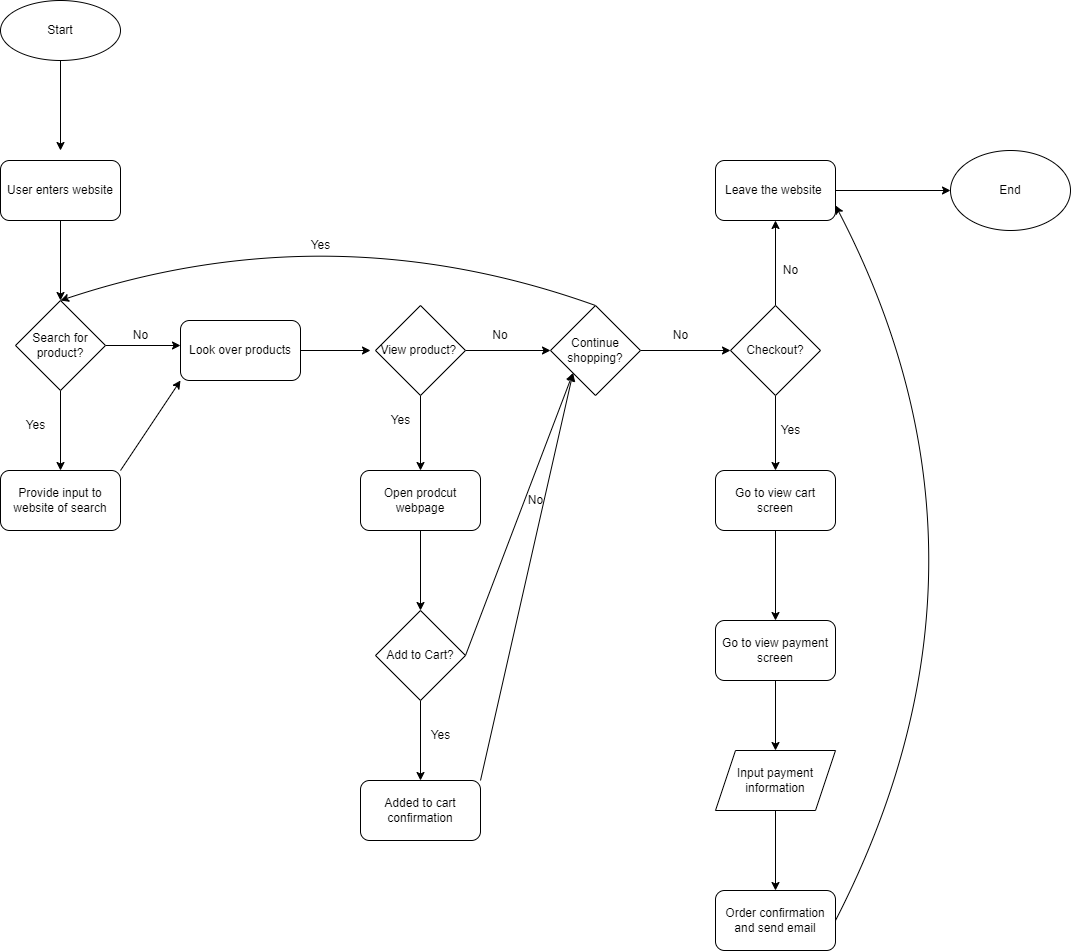
Earlier version of the draw.io export explore/diagramming/diagram.drawio.png (beliang/sp23-cse110-lab4). Source tidied: cells renumbered, new cells last; positions are measured from the earlier drawing's top-left corner, leaving out a move shared by most shapes.
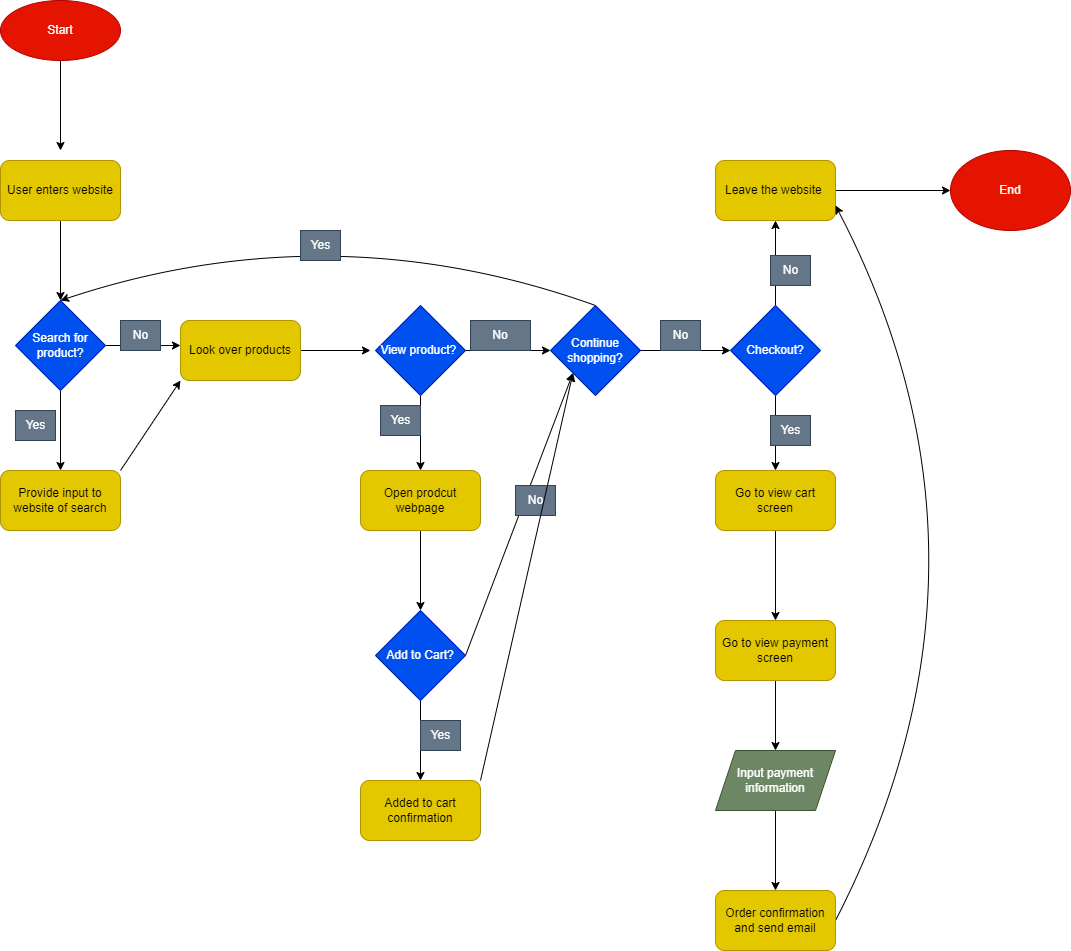
Above is the later version.

What changed in the source:
```diff
@@ -7,7 +7,7 @@
         <mxPoint x="60" y="150" as="targetPoint" />
       </mxGeometry>
     </mxCell>
-    <mxCell id="3" value="Start" style="ellipse;whiteSpace=wrap;html=1;" parent="1" vertex="1">
+    <mxCell id="3" value="Start" style="ellipse;whiteSpace=wrap;html=1;fillColor=#e51400;fontColor=#ffffff;strokeColor=#B20000;" parent="1" vertex="1">
       <mxGeometry width="120" height="60" as="geometry" />
     </mxCell>
     <mxCell id="4" style="edgeStyle=none;html=1;exitX=0.5;exitY=1;exitDx=0;exitDy=0;" parent="1" edge="1" source="5">
@@ -15,7 +15,7 @@
         <mxPoint x="60" y="300" as="targetPoint" />
       </mxGeometry>
     </mxCell>
-    <mxCell id="5" value="User enters website" style="rounded=1;whiteSpace=wrap;html=1;" parent="1" vertex="1">
+    <mxCell id="5" value="User enters website" style="rounded=1;whiteSpace=wrap;html=1;fillColor=#e3c800;fontColor=#000000;strokeColor=#B09500;" parent="1" vertex="1">
       <mxGeometry y="160" width="120" height="60" as="geometry" />
     </mxCell>
     <mxCell id="6" style="edgeStyle=none;html=1;exitX=1;exitY=0.5;exitDx=0;exitDy=0;" parent="1" edge="1" source="8">
@@ -28,19 +28,19 @@
         <mxPoint x="60" y="470" as="targetPoint" />
       </mxGeometry>
     </mxCell>
-    <mxCell id="8" value="Search for product?" style="rhombus;whiteSpace=wrap;html=1;" parent="1" vertex="1">
+    <mxCell id="8" value="Search for product?" style="rhombus;whiteSpace=wrap;html=1;fillColor=#0050ef;fontColor=#ffffff;strokeColor=#001DBC;" parent="1" vertex="1">
       <mxGeometry x="15" y="300" width="90" height="90" as="geometry" />
     </mxCell>
-    <mxCell id="9" value="No" style="text;html=1;align=center;verticalAlign=middle;strokeColor=none;fillColor=none;" parent="1" vertex="1">
+    <mxCell id="9" value="No" style="text;html=1;align=center;verticalAlign=middle;strokeColor=#314354;fillColor=#647687;fontColor=#ffffff;" parent="1" vertex="1">
       <mxGeometry x="120" y="320" width="40" height="30" as="geometry" />
     </mxCell>
-    <mxCell id="10" value="Yes" style="text;html=1;align=center;verticalAlign=middle;strokeColor=none;fillColor=none;" parent="1" vertex="1">
+    <mxCell id="10" value="Yes" style="text;html=1;align=center;verticalAlign=middle;strokeColor=#314354;fillColor=#647687;fontColor=#ffffff;" parent="1" vertex="1">
       <mxGeometry x="15" y="410" width="40" height="30" as="geometry" />
     </mxCell>
     <mxCell id="11" style="edgeStyle=none;html=1;exitX=1;exitY=0;exitDx=0;exitDy=0;entryX=0;entryY=1;entryDx=0;entryDy=0;" parent="1" edge="1" source="12" target="14">
       <mxGeometry relative="1" as="geometry" />
     </mxCell>
-    <mxCell id="12" value="Provide input to website of search" style="rounded=1;whiteSpace=wrap;html=1;" parent="1" vertex="1">
+    <mxCell id="12" value="Provide input to website of search" style="rounded=1;whiteSpace=wrap;html=1;fillColor=#e3c800;fontColor=#000000;strokeColor=#B09500;" parent="1" vertex="1">
       <mxGeometry y="470" width="120" height="60" as="geometry" />
     </mxCell>
     <mxCell id="13" style="edgeStyle=none;html=1;exitX=1;exitY=0.5;exitDx=0;exitDy=0;" parent="1" edge="1" source="14">
@@ -48,7 +48,7 @@
         <mxPoint x="370" y="350" as="targetPoint" />
       </mxGeometry>
     </mxCell>
-    <mxCell id="14" value="Look over products" style="rounded=1;whiteSpace=wrap;html=1;" parent="1" vertex="1">
+    <mxCell id="14" value="Look over products" style="rounded=1;whiteSpace=wrap;html=1;fillColor=#e3c800;fontColor=#000000;strokeColor=#B09500;" parent="1" vertex="1">
       <mxGeometry x="180" y="320" width="120" height="60" as="geometry" />
     </mxCell>
     <mxCell id="15" style="edgeStyle=none;html=1;exitX=0.5;exitY=1;exitDx=0;exitDy=0;" parent="1" edge="1" source="17">
@@ -61,13 +61,13 @@
         <mxPoint x="550" y="350" as="targetPoint" />
       </mxGeometry>
     </mxCell>
-    <mxCell id="17" value="View product?&amp;nbsp;" style="rhombus;whiteSpace=wrap;html=1;" parent="1" vertex="1">
+    <mxCell id="17" value="View product?&amp;nbsp;" style="rhombus;whiteSpace=wrap;html=1;fillColor=#0050ef;fontColor=#ffffff;strokeColor=#001DBC;" parent="1" vertex="1">
       <mxGeometry x="375" y="305" width="90" height="90" as="geometry" />
     </mxCell>
-    <mxCell id="18" value="No" style="text;html=1;strokeColor=none;fillColor=none;align=center;verticalAlign=middle;whiteSpace=wrap;rounded=0;" parent="1" vertex="1">
+    <mxCell id="18" value="No" style="text;html=1;strokeColor=#314354;fillColor=#647687;align=center;verticalAlign=middle;whiteSpace=wrap;rounded=0;fontColor=#ffffff;" parent="1" vertex="1">
       <mxGeometry x="470" y="320" width="60" height="30" as="geometry" />
     </mxCell>
-    <mxCell id="19" value="Yes" style="text;html=1;align=center;verticalAlign=middle;strokeColor=none;fillColor=none;" parent="1" vertex="1">
+    <mxCell id="19" value="Yes" style="text;html=1;align=center;verticalAlign=middle;strokeColor=#314354;fillColor=#647687;fontColor=#ffffff;" parent="1" vertex="1">
       <mxGeometry x="380" y="405" width="40" height="30" as="geometry" />
     </mxCell>
     <mxCell id="20" style="edgeStyle=none;html=1;exitX=1;exitY=0.5;exitDx=0;exitDy=0;entryX=0;entryY=1;entryDx=0;entryDy=0;" parent="1" edge="1" source="22" target="28">
@@ -78,7 +78,7 @@
         <mxPoint x="420" y="780" as="targetPoint" />
       </mxGeometry>
     </mxCell>
-    <mxCell id="22" value="Add to Cart?" style="rhombus;whiteSpace=wrap;html=1;" parent="1" vertex="1">
+    <mxCell id="22" value="Add to Cart?" style="rhombus;whiteSpace=wrap;html=1;fillColor=#0050ef;fontColor=#ffffff;strokeColor=#001DBC;" parent="1" vertex="1">
       <mxGeometry x="375" y="610" width="90" height="90" as="geometry" />
     </mxCell>
     <mxCell id="23" style="edgeStyle=none;html=1;exitX=0.5;exitY=1;exitDx=0;exitDy=0;" parent="1" edge="1" source="24">
@@ -86,10 +86,10 @@
         <mxPoint x="420" y="610" as="targetPoint" />
       </mxGeometry>
     </mxCell>
-    <mxCell id="24" value="Open prodcut webpage" style="rounded=1;whiteSpace=wrap;html=1;" parent="1" vertex="1">
+    <mxCell id="24" value="Open prodcut webpage" style="rounded=1;whiteSpace=wrap;html=1;fillColor=#e3c800;fontColor=#000000;strokeColor=#B09500;" parent="1" vertex="1">
       <mxGeometry x="360" y="470" width="120" height="60" as="geometry" />
     </mxCell>
-    <mxCell id="25" value="No" style="text;html=1;align=center;verticalAlign=middle;strokeColor=none;fillColor=none;" parent="1" vertex="1">
+    <mxCell id="25" value="No" style="text;html=1;align=center;verticalAlign=middle;strokeColor=#314354;fillColor=#647687;fontColor=#ffffff;" parent="1" vertex="1">
       <mxGeometry x="515" y="485" width="40" height="30" as="geometry" />
     </mxCell>
     <mxCell id="26" style="edgeStyle=none;html=1;exitX=0.5;exitY=0;exitDx=0;exitDy=0;entryX=0.5;entryY=0;entryDx=0;entryDy=0;curved=1;" parent="1" edge="1" source="28" target="8">
@@ -104,22 +104,22 @@
         <mxPoint x="730" y="350" as="targetPoint" />
       </mxGeometry>
     </mxCell>
-    <mxCell id="28" value="Continue shopping?" style="rhombus;whiteSpace=wrap;html=1;" parent="1" vertex="1">
+    <mxCell id="28" value="Continue shopping?" style="rhombus;whiteSpace=wrap;html=1;fillColor=#0050ef;fontColor=#ffffff;strokeColor=#001DBC;" parent="1" vertex="1">
       <mxGeometry x="550" y="305" width="90" height="90" as="geometry" />
     </mxCell>
-    <mxCell id="29" value="Yes" style="text;html=1;align=center;verticalAlign=middle;strokeColor=none;fillColor=none;" parent="1" vertex="1">
+    <mxCell id="29" value="Yes" style="text;html=1;align=center;verticalAlign=middle;strokeColor=#314354;fillColor=#647687;fontColor=#ffffff;" parent="1" vertex="1">
       <mxGeometry x="420" y="720" width="40" height="30" as="geometry" />
     </mxCell>
     <mxCell id="30" style="edgeStyle=none;html=1;exitX=1;exitY=0;exitDx=0;exitDy=0;entryX=0;entryY=1;entryDx=0;entryDy=0;" parent="1" edge="1" source="31" target="28">
       <mxGeometry relative="1" as="geometry" />
     </mxCell>
-    <mxCell id="31" value="Added to cart confirmation" style="rounded=1;whiteSpace=wrap;html=1;" parent="1" vertex="1">
+    <mxCell id="31" value="Added to cart confirmation" style="rounded=1;whiteSpace=wrap;html=1;fillColor=#e3c800;fontColor=#000000;strokeColor=#B09500;" parent="1" vertex="1">
       <mxGeometry x="360" y="780" width="120" height="60" as="geometry" />
     </mxCell>
-    <mxCell id="32" value="Yes" style="text;html=1;align=center;verticalAlign=middle;strokeColor=none;fillColor=none;" parent="1" vertex="1">
+    <mxCell id="32" value="Yes" style="text;html=1;align=center;verticalAlign=middle;strokeColor=#314354;fillColor=#647687;fontColor=#ffffff;" parent="1" vertex="1">
       <mxGeometry x="300" y="230" width="40" height="30" as="geometry" />
     </mxCell>
-    <mxCell id="33" value="No" style="text;html=1;align=center;verticalAlign=middle;strokeColor=none;fillColor=none;" parent="1" vertex="1">
+    <mxCell id="33" value="No" style="text;html=1;align=center;verticalAlign=middle;strokeColor=#314354;fillColor=#647687;fontColor=#ffffff;" parent="1" vertex="1">
       <mxGeometry x="660" y="320" width="40" height="30" as="geometry" />
     </mxCell>
     <mxCell id="34" style="edgeStyle=none;curved=1;html=1;exitX=0.5;exitY=0;exitDx=0;exitDy=0;" parent="1" edge="1" source="36">
@@ -132,10 +132,10 @@
         <mxPoint x="775" y="470" as="targetPoint" />
       </mxGeometry>
     </mxCell>
-    <mxCell id="36" value="Checkout?" style="rhombus;whiteSpace=wrap;html=1;" parent="1" vertex="1">
+    <mxCell id="36" value="Checkout?" style="rhombus;whiteSpace=wrap;html=1;fillColor=#0050ef;fontColor=#ffffff;strokeColor=#001DBC;" parent="1" vertex="1">
       <mxGeometry x="730" y="305" width="90" height="90" as="geometry" />
     </mxCell>
-    <mxCell id="37" value="No" style="text;html=1;align=center;verticalAlign=middle;strokeColor=none;fillColor=none;" parent="1" vertex="1">
+    <mxCell id="37" value="No" style="text;html=1;align=center;verticalAlign=middle;strokeColor=#314354;fillColor=#647687;fontColor=#ffffff;" parent="1" vertex="1">
       <mxGeometry x="770" y="255" width="40" height="30" as="geometry" />
     </mxCell>
     <mxCell id="38" style="edgeStyle=none;curved=1;html=1;exitX=1;exitY=0.5;exitDx=0;exitDy=0;" parent="1" edge="1" source="39">
@@ -143,10 +143,10 @@
         <mxPoint x="950" y="190" as="targetPoint" />
       </mxGeometry>
     </mxCell>
-    <mxCell id="39" value="Leave the website&amp;nbsp;" style="rounded=1;whiteSpace=wrap;html=1;" parent="1" vertex="1">
+    <mxCell id="39" value="Leave the website&amp;nbsp;" style="rounded=1;whiteSpace=wrap;html=1;fillColor=#e3c800;fontColor=#000000;strokeColor=#B09500;" parent="1" vertex="1">
       <mxGeometry x="715" y="160" width="120" height="60" as="geometry" />
     </mxCell>
-    <mxCell id="40" value="Yes" style="text;html=1;align=center;verticalAlign=middle;strokeColor=none;fillColor=none;" parent="1" vertex="1">
+    <mxCell id="40" value="Yes" style="text;html=1;align=center;verticalAlign=middle;strokeColor=#314354;fillColor=#647687;fontColor=#ffffff;" parent="1" vertex="1">
       <mxGeometry x="770" y="415" width="40" height="30" as="geometry" />
     </mxCell>
     <mxCell id="41" style="edgeStyle=none;curved=1;html=1;exitX=0.5;exitY=1;exitDx=0;exitDy=0;" parent="1" edge="1" source="42">
@@ -154,13 +154,13 @@
         <mxPoint x="775" y="620" as="targetPoint" />
       </mxGeometry>
     </mxCell>
-    <mxCell id="42" value="Go to view cart screen" style="rounded=1;whiteSpace=wrap;html=1;" parent="1" vertex="1">
+    <mxCell id="42" value="Go to view cart screen" style="rounded=1;whiteSpace=wrap;html=1;fillColor=#e3c800;fontColor=#000000;strokeColor=#B09500;" parent="1" vertex="1">
       <mxGeometry x="715" y="470" width="120" height="60" as="geometry" />
     </mxCell>
     <mxCell id="43" style="edgeStyle=none;curved=1;html=1;exitX=0.5;exitY=1;exitDx=0;exitDy=0;entryX=0.5;entryY=0;entryDx=0;entryDy=0;" parent="1" edge="1" source="44" target="46">
       <mxGeometry relative="1" as="geometry" />
     </mxCell>
-    <mxCell id="44" value="Go to view payment screen" style="rounded=1;whiteSpace=wrap;html=1;" parent="1" vertex="1">
+    <mxCell id="44" value="Go to view payment screen" style="rounded=1;whiteSpace=wrap;html=1;fillColor=#e3c800;fontColor=#000000;strokeColor=#B09500;" parent="1" vertex="1">
       <mxGeometry x="715" y="620" width="120" height="60" as="geometry" />
     </mxCell>
     <mxCell id="45" style="edgeStyle=none;curved=1;html=1;exitX=0.5;exitY=1;exitDx=0;exitDy=0;" parent="1" edge="1" source="46">
@@ -168,7 +168,7 @@
         <mxPoint x="775" y="890" as="targetPoint" />
       </mxGeometry>
     </mxCell>
-    <mxCell id="46" value="Input payment information" style="shape=parallelogram;perimeter=parallelogramPerimeter;whiteSpace=wrap;html=1;fixedSize=1;" parent="1" vertex="1">
+    <mxCell id="46" value="Input payment information" style="shape=parallelogram;perimeter=parallelogramPerimeter;whiteSpace=wrap;html=1;fixedSize=1;fillColor=#6d8764;fontColor=#ffffff;strokeColor=#3A5431;" parent="1" vertex="1">
       <mxGeometry x="715" y="750" width="120" height="60" as="geometry" />
     </mxCell>
     <mxCell id="47" style="edgeStyle=none;curved=1;html=1;exitX=1;exitY=0.5;exitDx=0;exitDy=0;entryX=1;entryY=0.75;entryDx=0;entryDy=0;" parent="1" edge="1" source="48" target="39">
@@ -178,10 +178,10 @@
         </Array>
       </mxGeometry>
     </mxCell>
-    <mxCell id="48" value="Order confirmation and send email" style="rounded=1;whiteSpace=wrap;html=1;" parent="1" vertex="1">
+    <mxCell id="48" value="Order confirmation and send email" style="rounded=1;whiteSpace=wrap;html=1;fillColor=#e3c800;fontColor=#000000;strokeColor=#B09500;" parent="1" vertex="1">
       <mxGeometry x="715" y="890" width="120" height="60" as="geometry" />
     </mxCell>
-    <mxCell id="49" value="End" style="ellipse;whiteSpace=wrap;html=1;" parent="1" vertex="1">
+    <mxCell id="49" value="End" style="ellipse;whiteSpace=wrap;html=1;fillColor=#e51400;fontColor=#ffffff;strokeColor=#B20000;" parent="1" vertex="1">
       <mxGeometry x="950" y="150" width="120" height="80" as="geometry" />
     </mxCell>
   </root>
```
